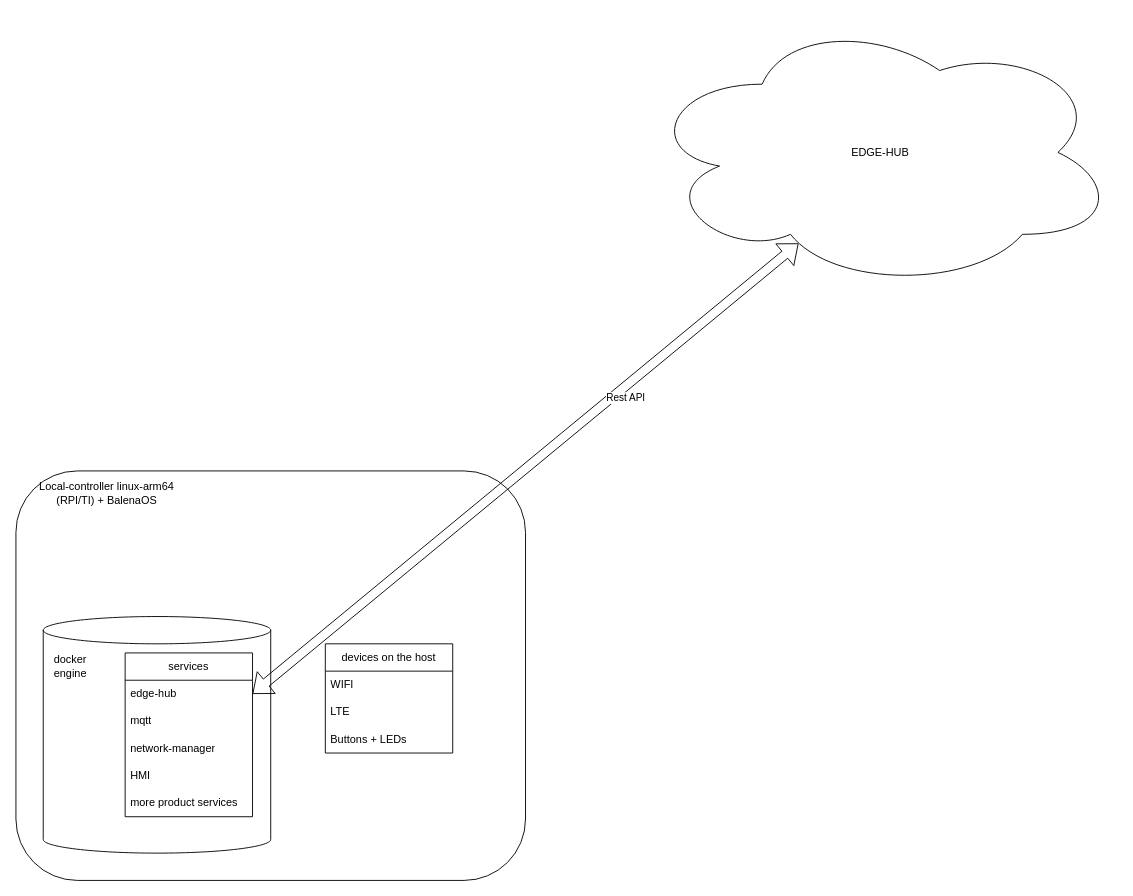
This is Untitled Diagram.drawio from 2shpatz/HMI-GO, a draw.io file, before an edit. Source tidied: cells renumbered, new cells numbered last; positions are measured from the earlier drawing's top-left corner, leaving out a move shared by most shapes. Both pictures are drawn from the tidied source at 91%, with x=0, y=0 at pixel (15, 15).
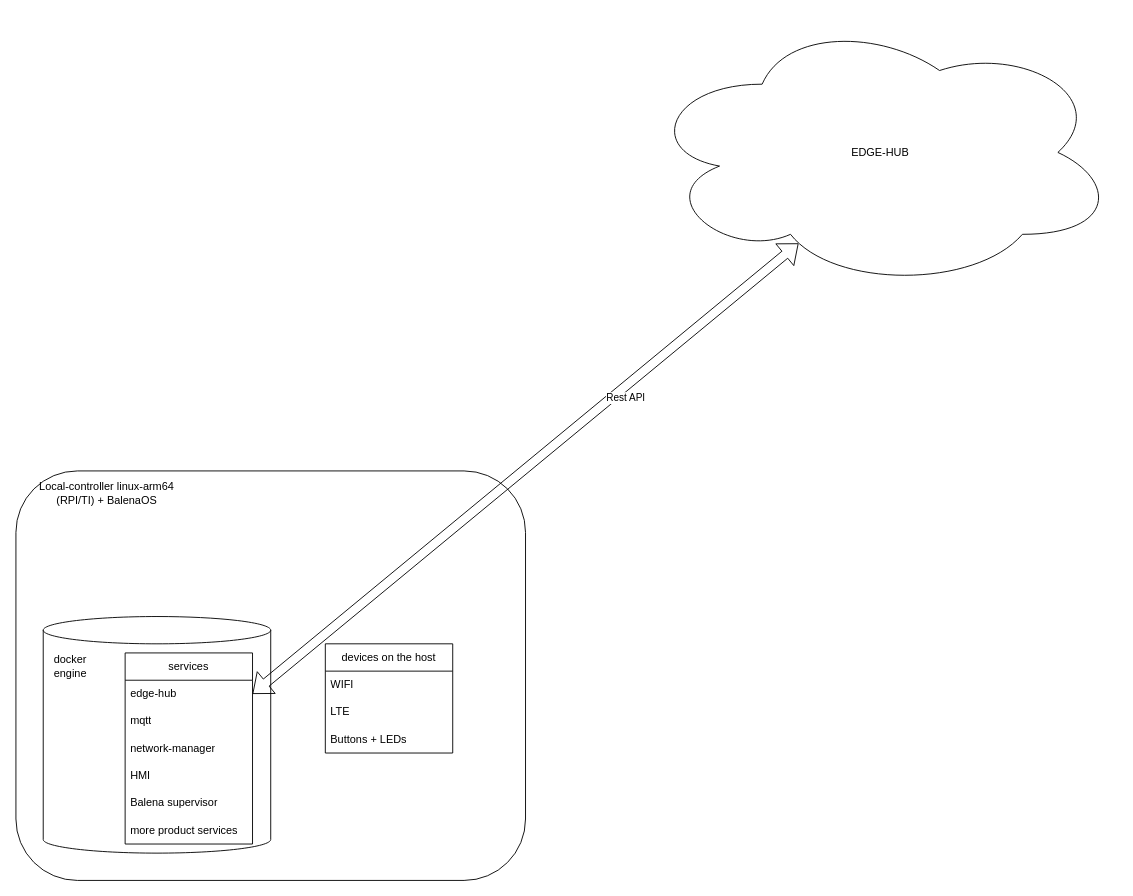
Above is the later version.

What changed in the source:
```diff
@@
     <mxCell id="4" value="services" style="swimlane;fontStyle=0;horizontal=1;startSize=30;whiteSpace=wrap;html=1;" parent="1" vertex="1">
-      <mxGeometry x="120" y="700" width="140" height="180" as="geometry" />
+      <mxGeometry x="120" y="700" width="140" height="210" as="geometry" />
     </mxCell>
@@
+    <mxCell id="19" value="Balena supervisor" style="text;strokeColor=none;fillColor=none;align=left;verticalAlign=middle;spacingLeft=4;spacingRight=4;overflow=hidden;whiteSpace=wrap;html=1;" parent="4" vertex="1">
+      <mxGeometry y="150" width="140" height="30" as="geometry" />
+    </mxCell>
     <mxCell id="9" value="more product services" style="text;strokeColor=none;fillColor=none;align=left;verticalAlign=middle;spacingLeft=4;spacingRight=4;overflow=hidden;whiteSpace=wrap;html=1;" parent="4" vertex="1">
-      <mxGeometry y="150" width="140" height="30" as="geometry" />
+      <mxGeometry y="180" width="140" height="30" as="geometry" />
     </mxCell>
```
